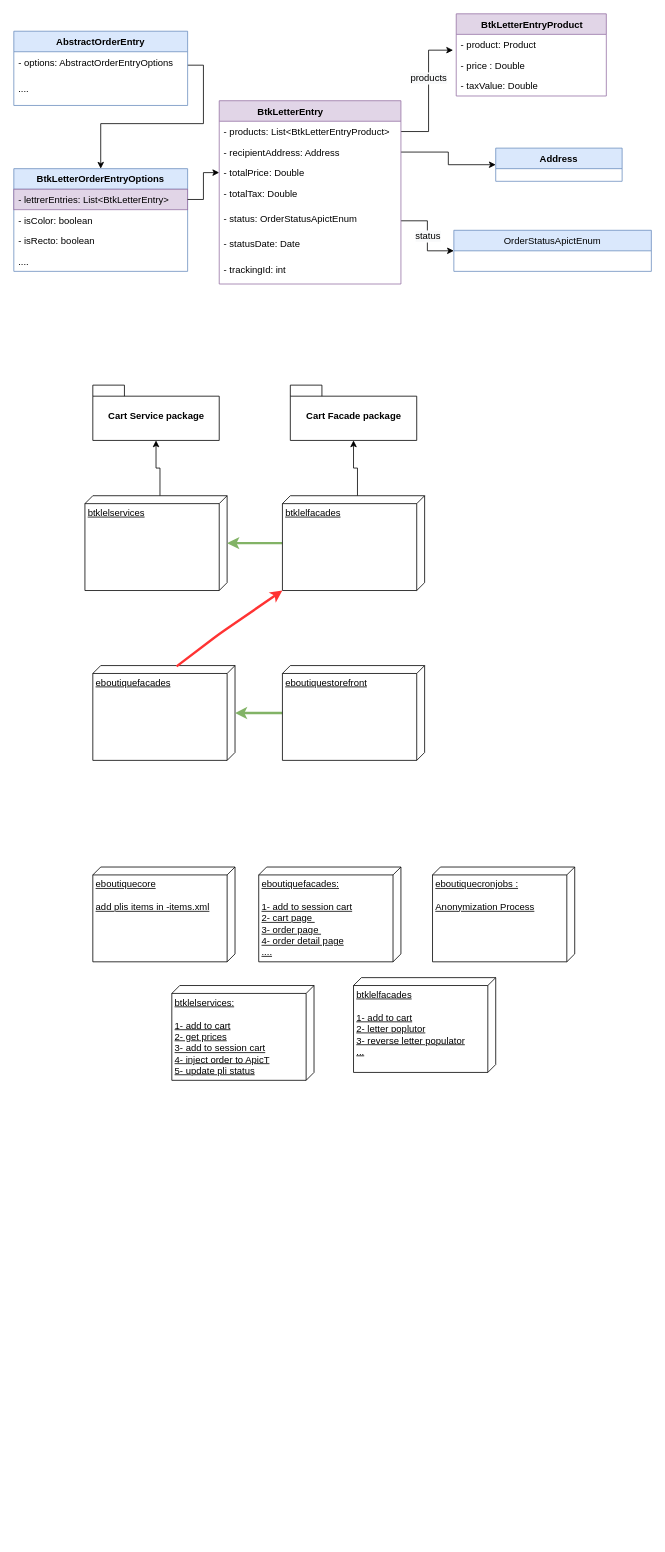
This is pli - commandes 2.drawio from elaissoussi/draw.io, a draw.io file, before an edit. Source tidied: cells renumbered, new cells numbered last; positions are measured from the earlier drawing's top-left corner, leaving out a move shared by most shapes. Both pictures are drawn from the tidied source at 79%, with x=0, y=0 at pixel (13, 13).
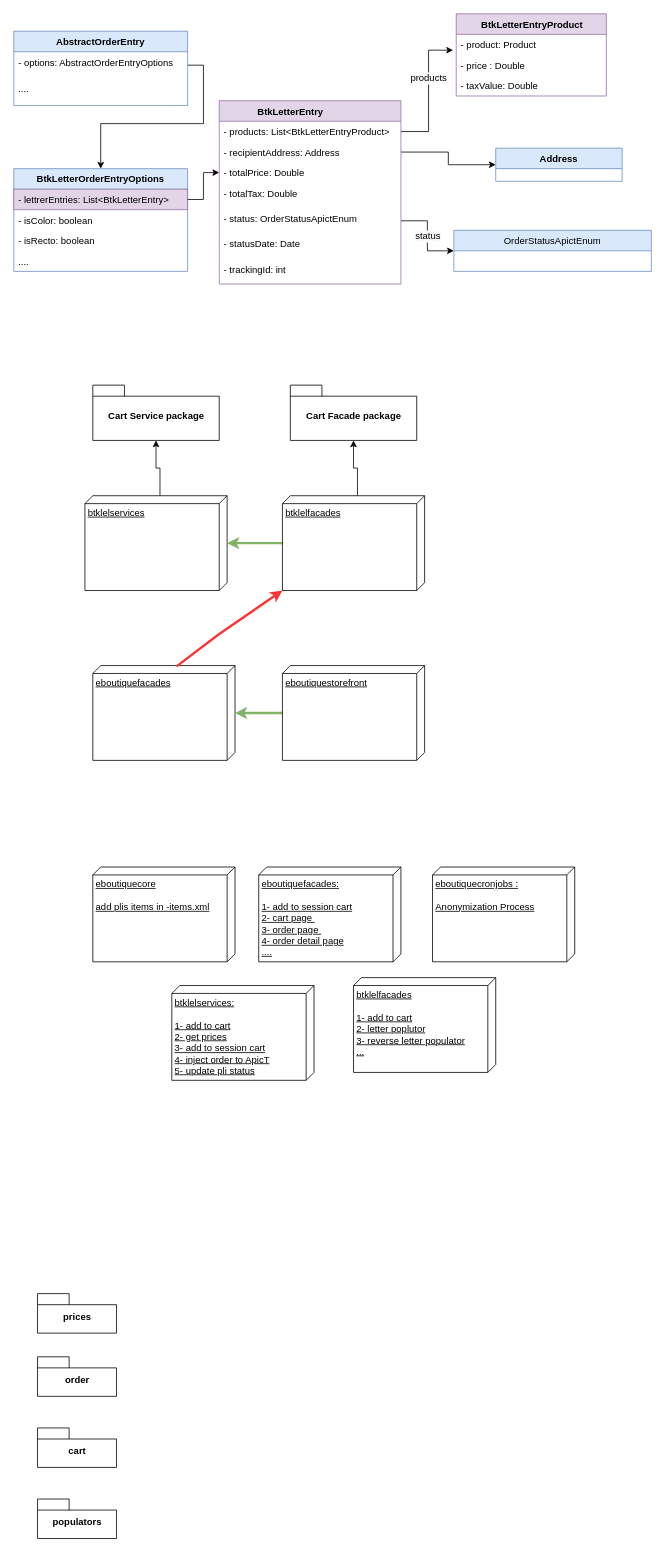
The same diagram, later.

Diff of the diagram source:
```diff
@@
+    <mxCell id="47" value="prices" style="shape=folder;fontStyle=1;spacingTop=10;tabWidth=40;tabHeight=14;tabPosition=left;html=1;" parent="1" vertex="1">
+      <mxGeometry x="30" y="1620" width="100" height="50" as="geometry" />
+    </mxCell>
+    <mxCell id="48" value="order" style="shape=folder;fontStyle=1;spacingTop=10;tabWidth=40;tabHeight=14;tabPosition=left;html=1;" parent="1" vertex="1">
+      <mxGeometry x="30" y="1700" width="100" height="50" as="geometry" />
+    </mxCell>
+    <mxCell id="49" value="cart" style="shape=folder;fontStyle=1;spacingTop=10;tabWidth=40;tabHeight=14;tabPosition=left;html=1;" parent="1" vertex="1">
+      <mxGeometry x="30" y="1790" width="100" height="50" as="geometry" />
+    </mxCell>
+    <mxCell id="50" value="populators" style="shape=folder;fontStyle=1;spacingTop=10;tabWidth=40;tabHeight=14;tabPosition=left;html=1;" parent="1" vertex="1">
+      <mxGeometry x="30" y="1880" width="100" height="50" as="geometry" />
+    </mxCell>
```
